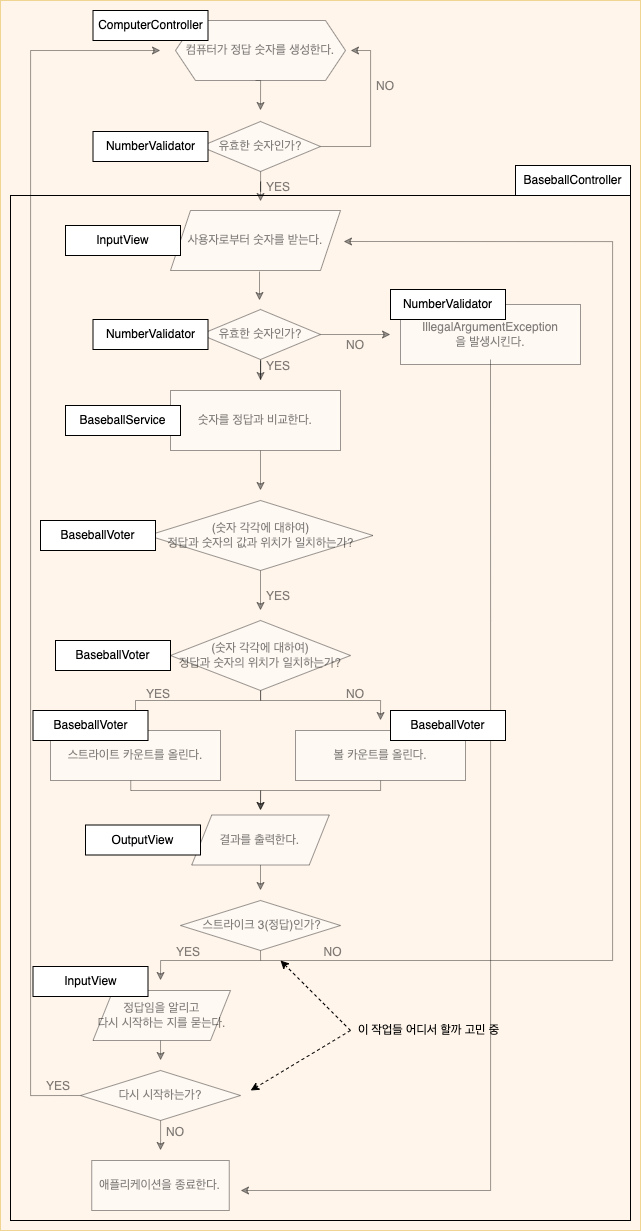
The draw.io diagram docs/application-object-blueprint.png in woowacourse-precourse/java-baseball, before a commit. Source tidied: cells renumbered, new cells last; positions are measured from the earlier drawing's top-left corner, leaving out a move shared by most shapes.
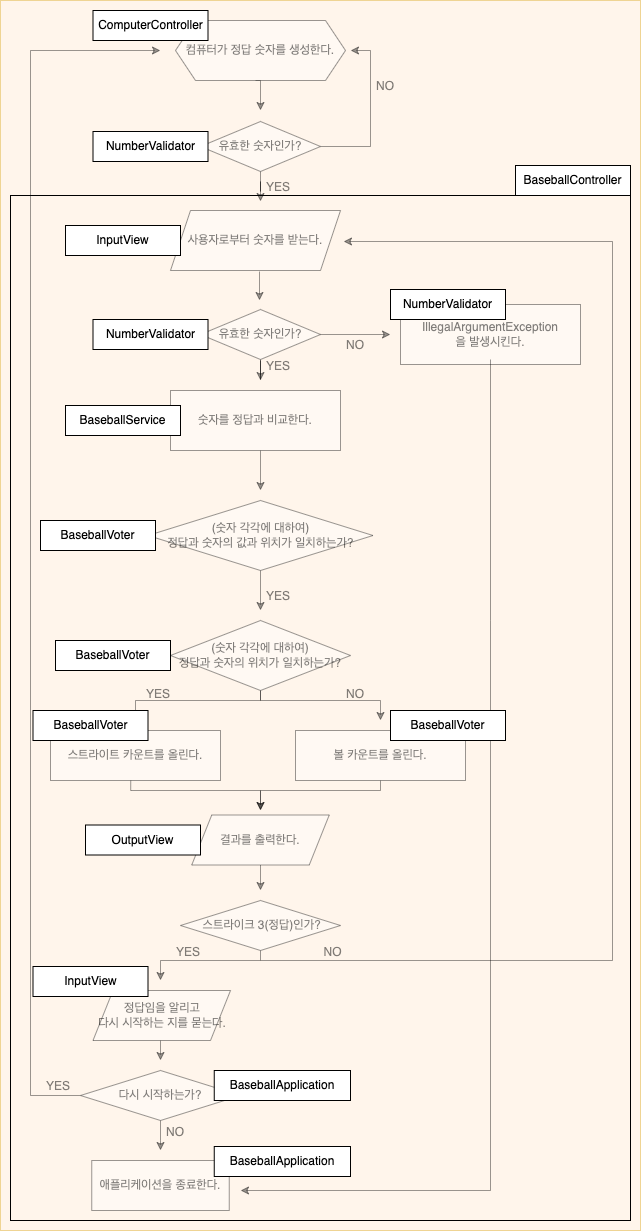
The same file after the commit.

Commit message:
feat(application): 사용자가 입력한 값에 따라 게임을 재시작하거나 종료하는 기능 구현

The edit, as a diff of the source:
```diff
@@ -276,18 +276,11 @@
     <mxCell id="62" style="rounded=0;whiteSpace=wrap;html=1;glass=0;fontFamily=Helvetica;fontSize=12;fillColor=none;" parent="1" vertex="1">
       <mxGeometry x="10" y="195" width="620" height="1025" as="geometry" />
     </mxCell>
-    <mxCell id="63" value="이 작업들 어디서 할까 고민 중" style="text;html=1;strokeColor=none;fillColor=none;align=center;verticalAlign=middle;whiteSpace=wrap;rounded=0;glass=0;fontFamily=Helvetica;fontSize=12;fontColor=default;" parent="1" vertex="1">
-      <mxGeometry x="350" y="1010" width="157" height="40" as="geometry" />
-    </mxCell>
-    <mxCell id="64" style="endArrow=classic;html=1;rounded=0;dashed=1;fontFamily=Helvetica;fontSize=12;fontColor=default;exitX=0;exitY=0.5;exitDx=0;exitDy=0;" parent="1" edge="1" source="63">
-      <mxGeometry relative="1" as="geometry">
-        <mxPoint x="280" y="960" as="targetPoint" />
-      </mxGeometry>
-    </mxCell>
-    <mxCell id="65" style="endArrow=classic;html=1;rounded=0;dashed=1;fontFamily=Helvetica;fontSize=12;fontColor=default;exitX=0;exitY=0.5;exitDx=0;exitDy=0;" parent="1" edge="1" source="63">
-      <mxGeometry relative="1" as="geometry">
-        <mxPoint x="250.2" y="1090" as="targetPoint" />
-      </mxGeometry>
-    </mxCell>
+    <mxCell id="66" value="BaseballApplication" style="rounded=0;whiteSpace=wrap;html=1;glass=0;fontFamily=Helvetica;fontSize=12;" parent="1" vertex="1">
+      <mxGeometry x="213.8" y="1070" width="136.2" height="30" as="geometry" />
+    </mxCell>
+    <mxCell id="67" value="BaseballApplication" style="rounded=0;whiteSpace=wrap;html=1;glass=0;fontFamily=Helvetica;fontSize=12;" parent="1" vertex="1">
+      <mxGeometry x="213.8" y="1146" width="136.2" height="30" as="geometry" />
+    </mxCell>
   </root>
 </mxGraphModel>
```
